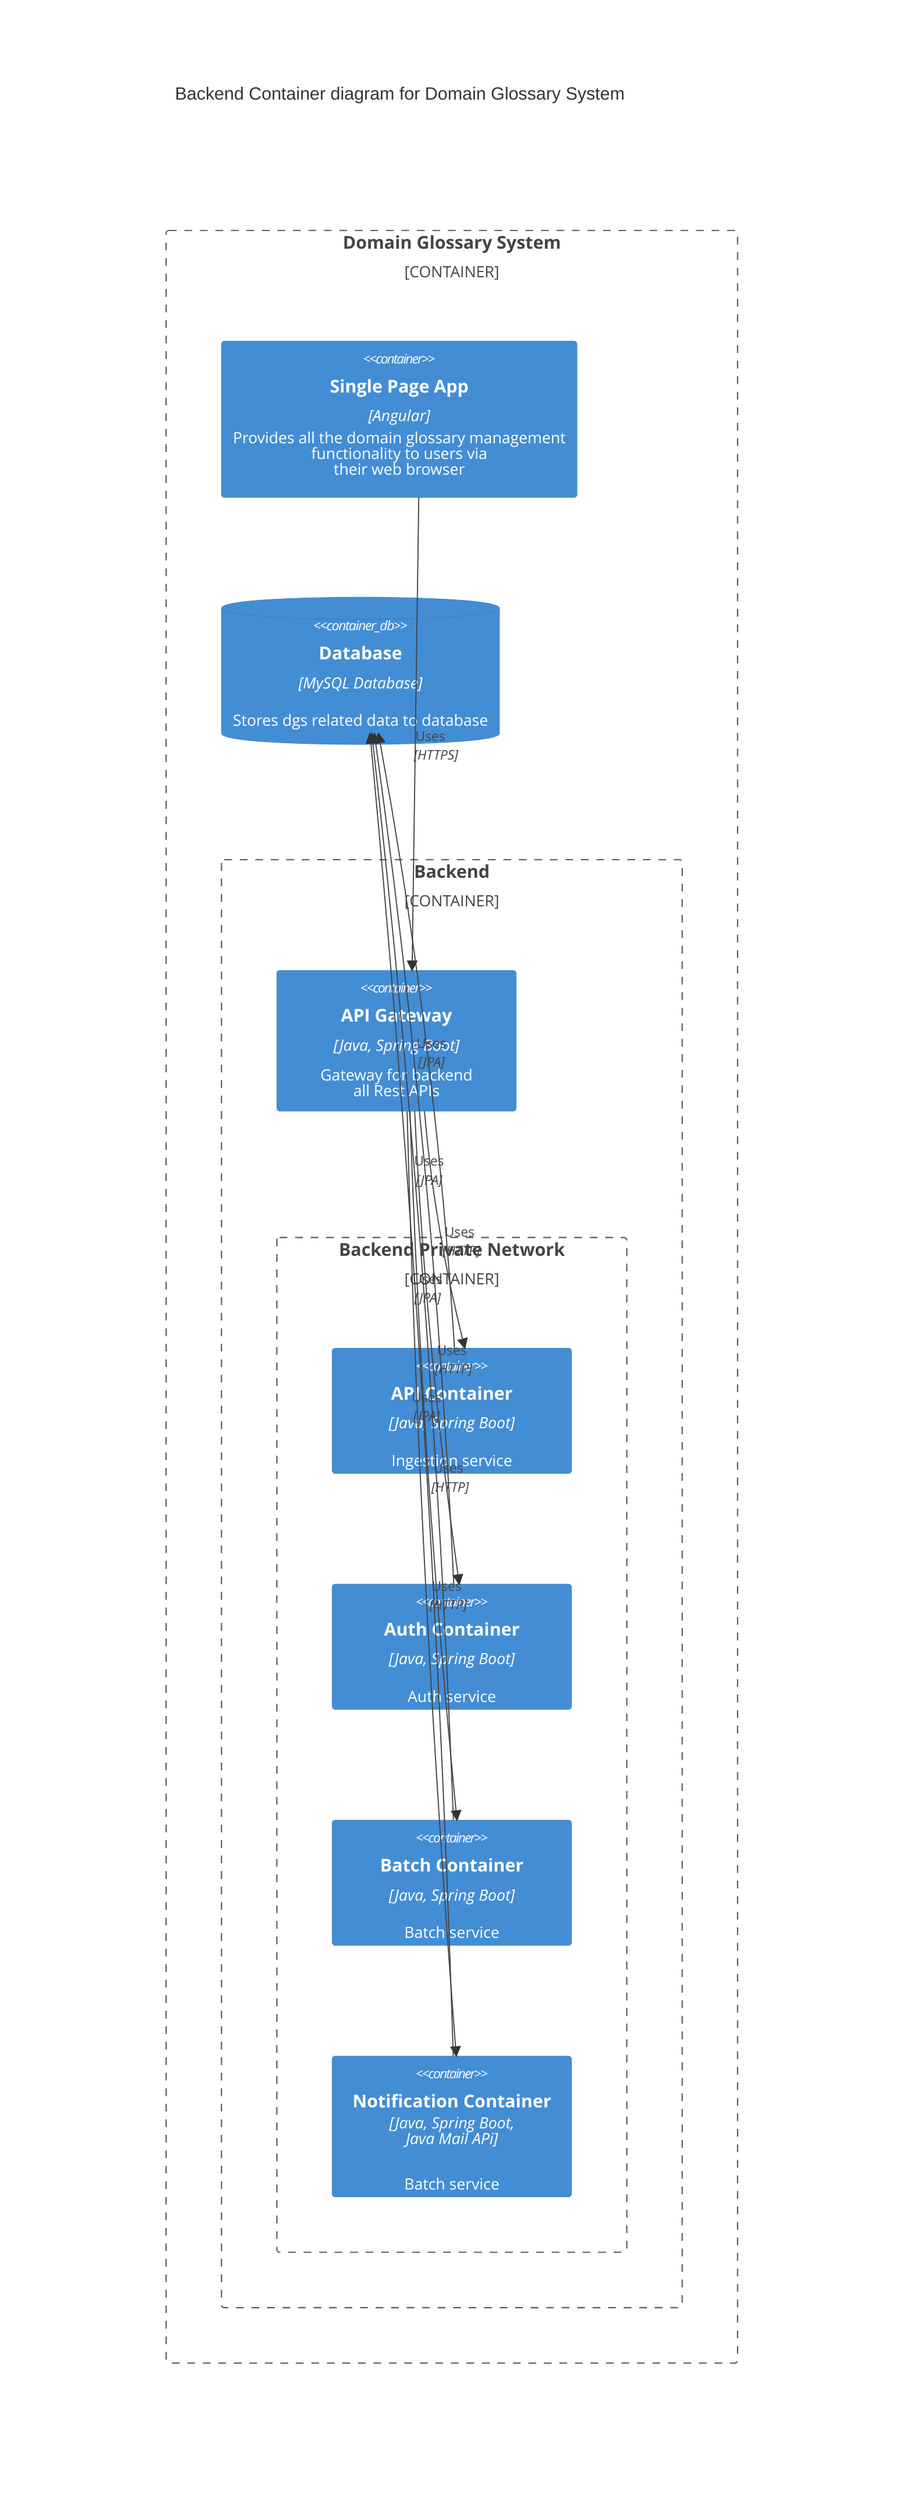
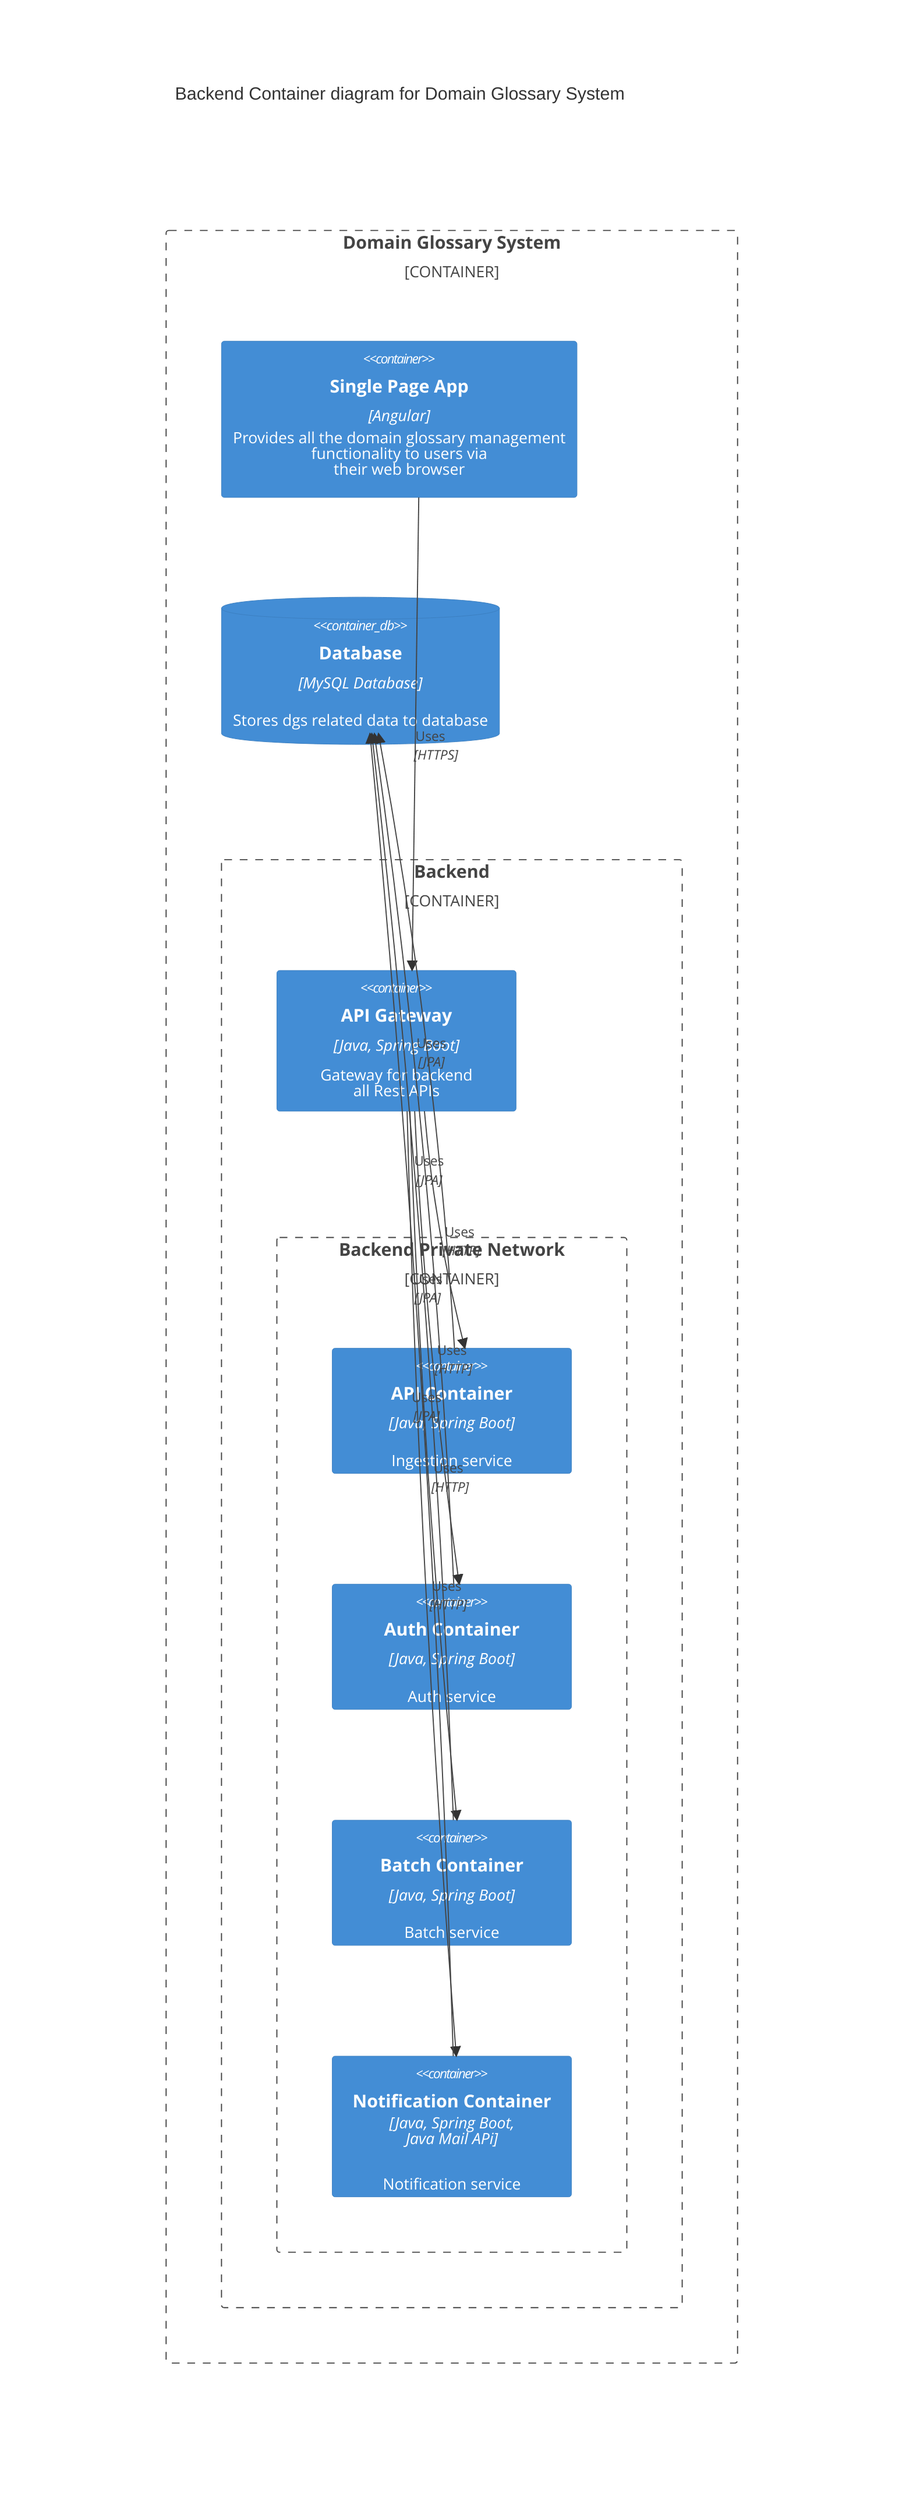
    C4Container
    title Backend Container diagram for Domain Glossary System

    Container_Boundary(c1, "Domain Glossary System") {
        Container(spa, "Single Page App", "Angular", "Provides all the domain glossary management <br/> functionality to users via <br/>their web browser")
        ContainerDb(dgs_db, "Database", "MySQL Database", "Stores dgs related data to database")

        Container_Boundary(c2, "Backend") {
            Container(dgs_gateway, "API Gateway", "Java, Spring Boot", "Gateway for backend <br/> all Rest APIs")

            Container_Boundary(c3, "Backend Private Network") {
                Container(dgs_api, "API Container", "Java, Spring Boot", "Ingestion service")
                Container(dgs_auth, "Auth Container", "Java, Spring Boot", "Auth service")
                Container(dgs_batch, "Batch Container", "Java, Spring Boot", "Batch service")
-                 Container(dgs_notificaton, "Notification Container", "Java, Spring Boot, <br/> Java Mail APi", "Batch service")
+                 Container(dgs_notificaton, "Notification Container", "Java, Spring Boot, <br/> Java Mail APi", "Notification service")
            }
        }
    }

     Rel(spa, dgs_gateway, "Uses", "HTTPS")

     Rel(dgs_gateway, dgs_api, "Uses", "HTTP")
     Rel(dgs_gateway, dgs_auth, "Uses", "HTTP")
     Rel(dgs_gateway, dgs_batch, "Uses", "HTTP")
     Rel(dgs_gateway, dgs_notificaton, "Uses", "HTTP")

     Rel(dgs_api, dgs_db, "Uses", "JPA")
     Rel(dgs_auth, dgs_db, "Uses", "JPA")
     Rel(dgs_batch, dgs_db, "Uses", "JPA")
     Rel(dgs_notificaton, dgs_db, "Uses", "JPA")


    UpdateLayoutConfig($c4ShapeInRow="4", $c4BoundaryInRow="1")

